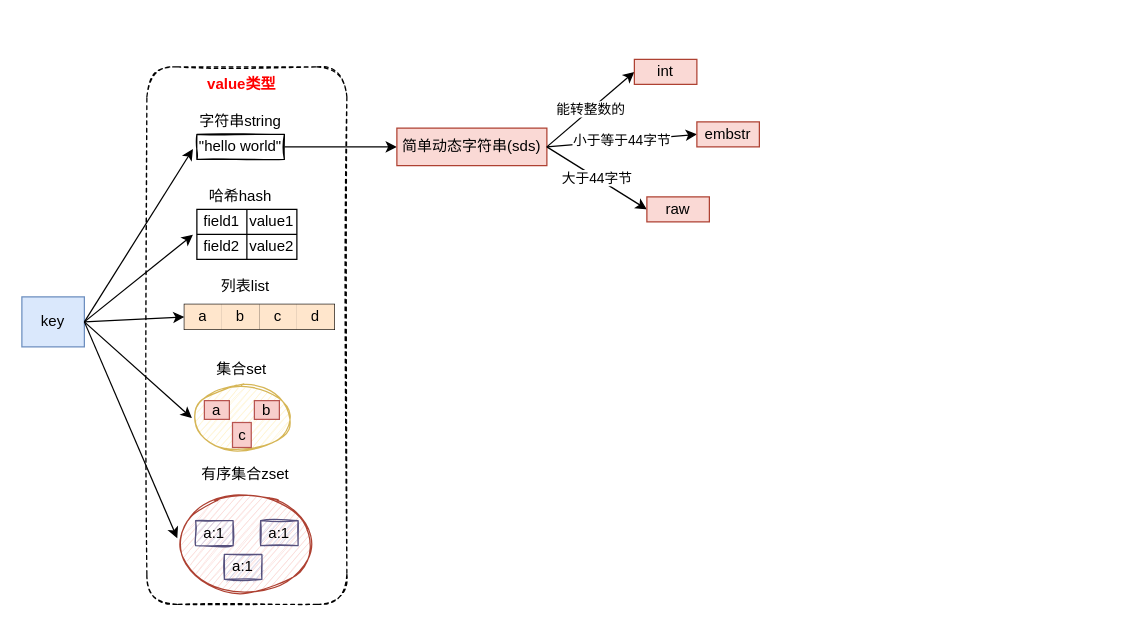
The draw.io diagram redis/Redis数据类型.drawio in jinsoft/draw, before the edit. Source tidied: cells renumbered, new cells numbered last; positions are measured from the earlier drawing's top-left corner, leaving out a move shared by most shapes. Both pictures are drawn from the tidied source at 125%, with x=0, y=0 at pixel (21, 59).
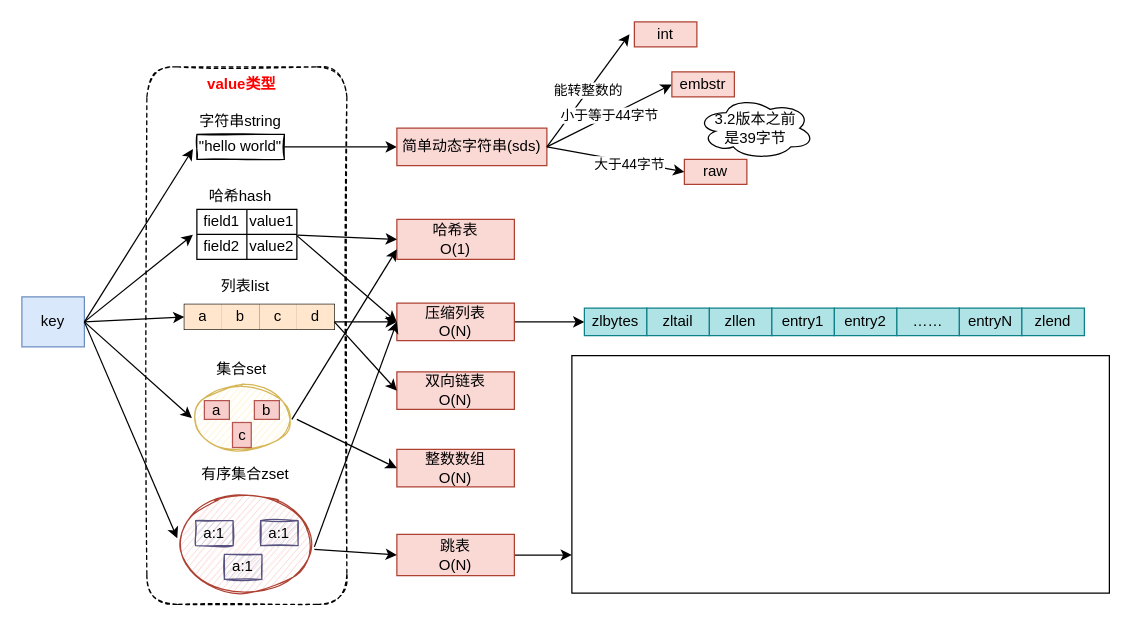
The same diagram, later.

Commit message:
更新Redis数据类型.drawio

Unchanged cells that the change refers to:
```xml
<mxCell id="11" style="shape=partialRectangle;html=1;whiteSpace=wrap;fillColor=none;top=0;left=0;bottom=0;right=0;points=[[0,0.5],[1,0.5]];portConstraint=eastwest;" parent="7" vertex="1">
  <mxGeometry y="20" width="80" height="20" as="geometry" />
</mxCell>
<mxCell id="43" value="简单动态字符串(sds)" style="rounded=0;whiteSpace=wrap;html=1;sketch=0;fillColor=#fad9d5;strokeColor=#ae4132;" parent="1" vertex="1">
  <mxGeometry x="300" y="55" width="120" height="30" as="geometry" />
</mxCell>
```

Diff of the diagram source:
```diff
@@
-    <mxCell id="21" style="group;" parent="1" vertex="1">
+    <mxCell id="21" style="group;sketch=0;" parent="1" vertex="1">
       <mxGeometry x="136" y="238" width="80" height="74" as="geometry" />
     </mxCell>
@@
-    <mxCell id="44" value="能转整数的" style="endArrow=classic;html=1;" parent="1" edge="1">
+    <mxCell id="44" value="能转整数的" style="endArrow=classic;html=1;entryX=-0.078;entryY=0.495;entryDx=0;entryDy=0;entryPerimeter=0;" parent="1" edge="1" target="49">
       <mxGeometry relative="1" as="geometry">
         <mxPoint x="420" y="70" as="sourcePoint" />
-        <mxPoint x="490" y="10" as="targetPoint" />
       </mxGeometry>
     </mxCell>
-    <mxCell id="45" value="大于44字节" style="endArrow=classic;html=1;exitX=1;exitY=0.5;exitDx=0;exitDy=0;" parent="1" edge="1" source="43">
-      <mxGeometry relative="1" as="geometry">
-        <mxPoint x="500" y="120" as="targetPoint" />
-        <Array as="points">
-          <mxPoint x="500" y="120" />
-        </Array>
-      </mxGeometry>
-    </mxCell>
@@
     <mxCell id="47" value="raw" style="rounded=0;whiteSpace=wrap;html=1;sketch=0;fillColor=#fad9d5;strokeColor=#ae4132;align=center;" parent="1" vertex="1">
-      <mxGeometry x="500" y="110" width="50" height="20" as="geometry" />
+      <mxGeometry x="530" y="80" width="50" height="20" as="geometry" />
     </mxCell>
     <mxCell id="48" value="embstr" style="rounded=0;whiteSpace=wrap;html=1;sketch=0;fillColor=#fad9d5;strokeColor=#ae4132;align=center;" parent="1" vertex="1">
-      <mxGeometry x="540" y="50" width="50" height="20" as="geometry" />
+      <mxGeometry x="520" y="10" width="50" height="20" as="geometry" />
     </mxCell>
     <mxCell id="49" value="int" style="rounded=0;whiteSpace=wrap;html=1;sketch=0;fillColor=#fad9d5;strokeColor=#ae4132;align=center;" parent="1" vertex="1">
-      <mxGeometry x="490" width="50" height="20" as="geometry" />
+      <mxGeometry x="490" y="-30" width="50" height="20" as="geometry" />
     </mxCell>
+    <mxCell id="50" value="3.2版本之前&lt;br&gt;是39字节" style="ellipse;shape=cloud;whiteSpace=wrap;html=1;rounded=1;sketch=0;" parent="1" vertex="1">
+      <mxGeometry x="540" y="30" width="94" height="50" as="geometry" />
+    </mxCell>
+    <mxCell id="51" value="哈希表&lt;br&gt;O(1)" style="rounded=0;whiteSpace=wrap;html=1;sketch=0;fillColor=#fad9d5;strokeColor=#ae4132;" parent="1" vertex="1">
+      <mxGeometry x="300" y="128" width="94" height="32" as="geometry" />
+    </mxCell>
+    <mxCell id="52" style="edgeStyle=orthogonalEdgeStyle;rounded=0;jettySize=auto;html=1;" parent="1" edge="1" source="53" target="62">
+      <mxGeometry relative="1" as="geometry" />
+    </mxCell>
+    <mxCell id="53" value="压缩列表&lt;br&gt;O(N)" style="rounded=0;whiteSpace=wrap;html=1;sketch=0;fillColor=#fad9d5;strokeColor=#ae4132;" parent="1" vertex="1">
+      <mxGeometry x="300" y="195" width="94" height="30" as="geometry" />
+    </mxCell>
+    <mxCell id="54" value="双向链表&lt;br&gt;O(N)" style="rounded=0;whiteSpace=wrap;html=1;sketch=0;fillColor=#fad9d5;strokeColor=#ae4132;" parent="1" vertex="1">
+      <mxGeometry x="300" y="250" width="94" height="30" as="geometry" />
+    </mxCell>
+    <mxCell id="55" value="整数数组&lt;br&gt;O(N)" style="rounded=0;whiteSpace=wrap;html=1;sketch=0;fillColor=#fad9d5;strokeColor=#ae4132;" parent="1" vertex="1">
+      <mxGeometry x="300" y="312" width="94" height="30" as="geometry" />
+    </mxCell>
+    <mxCell id="56" style="edgeStyle=orthogonalEdgeStyle;rounded=0;jettySize=auto;html=1;" parent="1" edge="1" source="57" target="76">
+      <mxGeometry relative="1" as="geometry">
+        <Array as="points">
+          <mxPoint x="440" y="397" />
+          <mxPoint x="440" y="350" />
+        </Array>
+      </mxGeometry>
+    </mxCell>
+    <mxCell id="57" value="跳表&lt;br&gt;O(N)" style="rounded=0;whiteSpace=wrap;html=1;sketch=0;fillColor=#fad9d5;strokeColor=#ae4132;" parent="1" vertex="1">
+      <mxGeometry x="300" y="380" width="94" height="33" as="geometry" />
+    </mxCell>
+    <mxCell id="58" style="endArrow=classic;html=1;exitX=1;exitY=0.5;exitDx=0;exitDy=0;entryX=0;entryY=0.5;entryDx=0;entryDy=0;" parent="1" edge="1" source="43" target="47">
+      <mxGeometry relative="1" as="geometry" />
+    </mxCell>
+    <mxCell id="45" value="大于44字节" style="edgeLabel;html=1;align=center;verticalAlign=middle;" parent="58" vertex="1">
+      <mxGeometry x="0.19" y="-2" relative="1" as="geometry" />
+    </mxCell>
+    <mxCell id="59" style="endArrow=classic;html=1;entryX=0;entryY=0.5;entryDx=0;entryDy=0;exitX=1.007;exitY=0.029;exitDx=0;exitDy=0;exitPerimeter=0;" parent="1" edge="1" source="11" target="51">
+      <mxGeometry relative="1" as="geometry" />
+    </mxCell>
+    <mxCell id="60" style="endArrow=classic;html=1;entryX=0;entryY=0.5;entryDx=0;entryDy=0;" parent="1" edge="1" target="53">
+      <mxGeometry relative="1" as="geometry">
+        <mxPoint x="220" y="141" as="sourcePoint" />
+      </mxGeometry>
+    </mxCell>
+    <mxCell id="61" style="group;" parent="1" vertex="1">
+      <mxGeometry x="450" y="199" width="400" height="22" as="geometry" />
+    </mxCell>
+    <mxCell id="62" value="zlbytes" style="rounded=0;whiteSpace=wrap;html=1;sketch=0;fillColor=#b0e3e6;strokeColor=#0e8088;" parent="61" vertex="1">
+      <mxGeometry width="50" height="22" as="geometry" />
+    </mxCell>
+    <mxCell id="63" value="zltail" style="rounded=0;whiteSpace=wrap;html=1;sketch=0;fillColor=#b0e3e6;strokeColor=#0e8088;" parent="61" vertex="1">
+      <mxGeometry x="50" width="50" height="22" as="geometry" />
+    </mxCell>
+    <mxCell id="64" value="zllen" style="rounded=0;whiteSpace=wrap;html=1;sketch=0;fillColor=#b0e3e6;strokeColor=#0e8088;" parent="61" vertex="1">
+      <mxGeometry x="100" width="50" height="22" as="geometry" />
+    </mxCell>
+    <mxCell id="65" value="entry1" style="rounded=0;whiteSpace=wrap;html=1;sketch=0;fillColor=#b0e3e6;strokeColor=#0e8088;" parent="61" vertex="1">
+      <mxGeometry x="150" width="50" height="22" as="geometry" />
+    </mxCell>
+    <mxCell id="66" value="entry2" style="rounded=0;whiteSpace=wrap;html=1;sketch=0;fillColor=#b0e3e6;strokeColor=#0e8088;" parent="61" vertex="1">
+      <mxGeometry x="200" width="50" height="22" as="geometry" />
+    </mxCell>
+    <mxCell id="67" value="……" style="rounded=0;whiteSpace=wrap;html=1;sketch=0;fillColor=#b0e3e6;strokeColor=#0e8088;" parent="61" vertex="1">
+      <mxGeometry x="250" width="50" height="22" as="geometry" />
+    </mxCell>
+    <mxCell id="68" value="entryN" style="rounded=0;whiteSpace=wrap;html=1;sketch=0;fillColor=#b0e3e6;strokeColor=#0e8088;" parent="61" vertex="1">
+      <mxGeometry x="300" width="50" height="22" as="geometry" />
+    </mxCell>
+    <mxCell id="69" value="zlend" style="rounded=0;whiteSpace=wrap;html=1;sketch=0;fillColor=#b0e3e6;strokeColor=#0e8088;" parent="61" vertex="1">
+      <mxGeometry x="350" width="50" height="22" as="geometry" />
+    </mxCell>
+    <mxCell id="70" style="endArrow=classic;html=1;entryX=0;entryY=0.5;entryDx=0;entryDy=0;" parent="1" edge="1" target="53">
+      <mxGeometry relative="1" as="geometry">
+        <mxPoint x="234" y="390" as="sourcePoint" />
+      </mxGeometry>
+    </mxCell>
+    <mxCell id="71" style="endArrow=classic;html=1;entryX=0;entryY=0.5;entryDx=0;entryDy=0;" parent="1" edge="1" target="53">
+      <mxGeometry relative="1" as="geometry">
+        <mxPoint x="250" y="210" as="sourcePoint" />
+      </mxGeometry>
+    </mxCell>
+    <mxCell id="72" style="endArrow=classic;html=1;entryX=0;entryY=0.75;entryDx=0;entryDy=0;" parent="1" edge="1" target="51">
+      <mxGeometry relative="1" as="geometry">
+        <mxPoint x="216" y="288" as="sourcePoint" />
+      </mxGeometry>
+    </mxCell>
+    <mxCell id="73" style="endArrow=classic;html=1;entryX=0;entryY=0.5;entryDx=0;entryDy=0;" parent="1" edge="1" target="54">
+      <mxGeometry relative="1" as="geometry">
+        <mxPoint x="250" y="210" as="sourcePoint" />
+      </mxGeometry>
+    </mxCell>
+    <mxCell id="74" style="endArrow=classic;html=1;entryX=0;entryY=0.5;entryDx=0;entryDy=0;" parent="1" edge="1" target="55">
+      <mxGeometry relative="1" as="geometry">
+        <mxPoint x="220" y="288" as="sourcePoint" />
+      </mxGeometry>
+    </mxCell>
+    <mxCell id="75" style="endArrow=classic;html=1;entryX=0;entryY=0.5;entryDx=0;entryDy=0;" parent="1" edge="1" target="57">
+      <mxGeometry relative="1" as="geometry">
+        <mxPoint x="234" y="392" as="sourcePoint" />
+      </mxGeometry>
+    </mxCell>
+    <mxCell id="76" style="rounded=0;whiteSpace=wrap;html=1;sketch=0;" parent="1" vertex="1">
+      <mxGeometry x="440" y="237" width="430" height="190" as="geometry" />
+    </mxCell>
```
